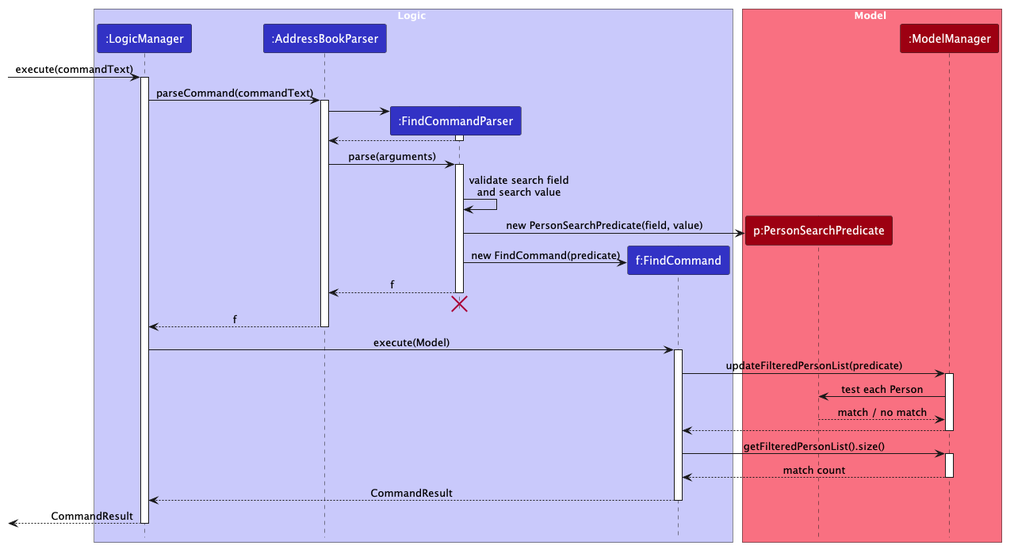
Above: docs/images/FindCommandSequenceDiagram.png in 24JonW/tp (PlantUML), before the change. Source of this version:
```plantuml
@startuml
!include style.puml
skinparam ArrowFontStyle plain

box Logic LOGIC_COLOR_T1
participant ":LogicManager" as LogicManager LOGIC_COLOR
participant ":AddressBookParser" as AddressBookParser LOGIC_COLOR
participant ":FindCommandParser" as FindCommandParser LOGIC_COLOR
participant "f:FindCommand" as FindCommand LOGIC_COLOR
end box

box Model MODEL_COLOR_T1
participant "p:PersonSearchPredicate" as Predicate MODEL_COLOR
participant ":ModelManager" as ModelManager MODEL_COLOR
end box

[-> LogicManager : execute(commandText)
activate LogicManager

LogicManager -> AddressBookParser : parseCommand(commandText)
activate AddressBookParser

create FindCommandParser
AddressBookParser -> FindCommandParser
activate FindCommandParser

FindCommandParser --> AddressBookParser
deactivate FindCommandParser

AddressBookParser -> FindCommandParser : parse(arguments)
activate FindCommandParser

FindCommandParser -> FindCommandParser : validate search field\nand search value

create Predicate
FindCommandParser -> Predicate : new PersonSearchPredicate(field, value)

create FindCommand
FindCommandParser -> FindCommand : new FindCommand(predicate)

FindCommandParser --> AddressBookParser : f
deactivate FindCommandParser
FindCommandParser -[hidden]-> AddressBookParser
destroy FindCommandParser

AddressBookParser --> LogicManager : f
deactivate AddressBookParser

LogicManager -> FindCommand : execute(Model)
activate FindCommand

FindCommand -> ModelManager : updateFilteredPersonList(predicate)
activate ModelManager

ModelManager -> Predicate : test each Person
Predicate --> ModelManager : match / no match

ModelManager --> FindCommand
deactivate ModelManager

FindCommand -> ModelManager : getFilteredPersonList().size()
activate ModelManager
ModelManager --> FindCommand : match count
deactivate ModelManager

FindCommand --> LogicManager : CommandResult
deactivate FindCommand

[<-- LogicManager : CommandResult
deactivate LogicManager
@enduml
```
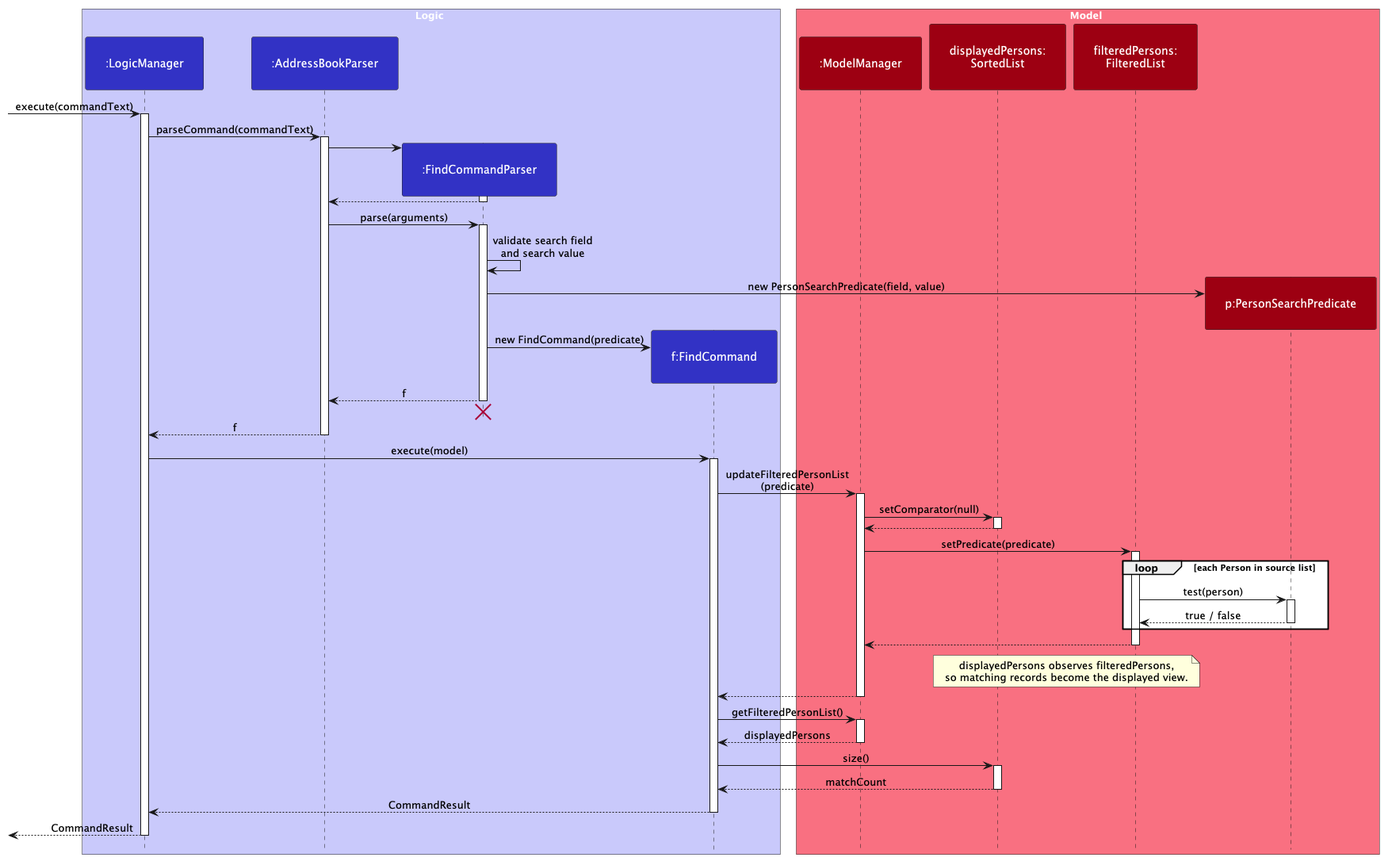
Later version of the same file.

Commit message:
Move find sequence diagram to documentation images

Diff of the diagram source:
```diff
@@ -1,6 +1,14 @@
 @startuml
 !include style.puml
 skinparam ArrowFontStyle plain
+hide footbox
+
+<style>
+participant {
+    Padding 25
+
+}
+</style>
 
 box Logic LOGIC_COLOR_T1
 participant ":LogicManager" as LogicManager LOGIC_COLOR
@@ -10,8 +18,10 @@
 end box
 
 box Model MODEL_COLOR_T1
+participant ":ModelManager" as ModelManager MODEL_COLOR
+participant "displayedPersons:\nSortedList" as DisplayedPersons MODEL_COLOR
+participant "filteredPersons:\nFilteredList" as FilteredPersons MODEL_COLOR
 participant "p:PersonSearchPredicate" as Predicate MODEL_COLOR
-participant ":ModelManager" as ModelManager MODEL_COLOR
 end box
 
 [-> LogicManager : execute(commandText)
@@ -40,28 +50,54 @@
 
 FindCommandParser --> AddressBookParser : f
 deactivate FindCommandParser
+
 FindCommandParser -[hidden]-> AddressBookParser
 destroy FindCommandParser
 
 AddressBookParser --> LogicManager : f
 deactivate AddressBookParser
 
-LogicManager -> FindCommand : execute(Model)
+LogicManager -> FindCommand : execute(model)
 activate FindCommand
 
-FindCommand -> ModelManager : updateFilteredPersonList(predicate)
+FindCommand -> ModelManager : updateFilteredPersonList\n(predicate)
 activate ModelManager
 
-ModelManager -> Predicate : test each Person
-Predicate --> ModelManager : match / no match
+ModelManager -> DisplayedPersons : setComparator(null)
+activate DisplayedPersons
+DisplayedPersons --> ModelManager
+deactivate DisplayedPersons
+
+ModelManager -> FilteredPersons : setPredicate(predicate)
+activate FilteredPersons
+
+loop each Person in source list
+    FilteredPersons -> Predicate : test(person)
+    activate Predicate
+    Predicate --> FilteredPersons : true / false
+    deactivate Predicate
+end
+
+FilteredPersons --> ModelManager
+deactivate FilteredPersons
+
+note over DisplayedPersons, FilteredPersons
+    displayedPersons observes filteredPersons,
+    so matching records become the displayed view.
+end note
 
 ModelManager --> FindCommand
 deactivate ModelManager
 
-FindCommand -> ModelManager : getFilteredPersonList().size()
+FindCommand -> ModelManager : getFilteredPersonList()
 activate ModelManager
-ModelManager --> FindCommand : match count
+ModelManager --> FindCommand : displayedPersons
 deactivate ModelManager
+
+FindCommand -> DisplayedPersons : size()
+activate DisplayedPersons
+DisplayedPersons --> FindCommand : matchCount
+deactivate DisplayedPersons
 
 FindCommand --> LogicManager : CommandResult
 deactivate FindCommand
```
